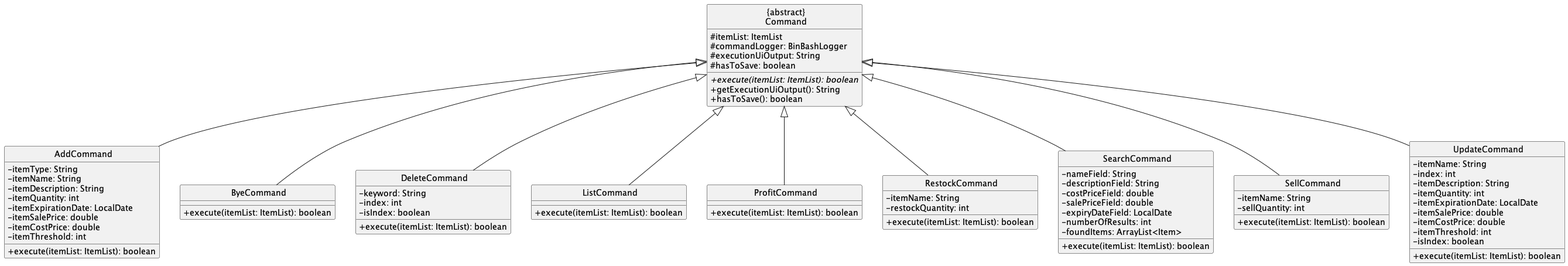
Above: docs/images/CommandClassDiagram.png in AY2324S2-CS2113T-T09-2/tp (PlantUML), before the change.
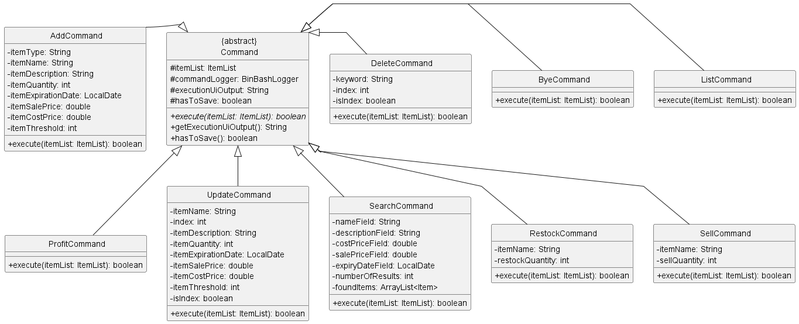
Above is the later version.

What changed in the source:
```diff
@@ -3,6 +3,8 @@
 skinparam classAttributeIconSize 0
 skinparam CircledCharacterFontSize 0
 skinparam CircledCharacterRadius 0
+skinparam linetype polyline
+
 
 class "{abstract}\nCommand" {
     # itemList: ItemList
@@ -81,6 +83,16 @@
     + execute(itemList: ItemList): boolean
 }
 
+AddCommand -[hidden]r- "{abstract}\nCommand"
+ByeCommand -[hidden]r- "{abstract}\nCommand"
+DeleteCommand -[hidden]r- "{abstract}\nCommand"
+ListCommand -[hidden]r- "{abstract}\nCommand"
+
+AddCommand -[hidden]- ProfitCommand
+ByeCommand -[hidden]- RestockCommand
+DeleteCommand -[hidden]- SearchCommand
+ListCommand -[hidden]- SellCommand
+
 "{abstract}\nCommand" <|-- AddCommand
 "{abstract}\nCommand" <|-- ByeCommand
 "{abstract}\nCommand" <|-- DeleteCommand
```
